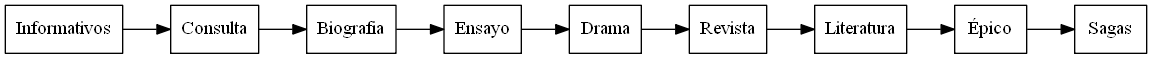
TaTo30/EDD-Proyecto2_201800585 keeps this Graphviz diagram as AVLPreorden.png. Above is the earlier version. Its source is kept beside it as AVLPreorden.dot. Source of this version:
```dot
digraph g{ rankdir = LR; node [shape = box];
Informativos -> Consulta;
Consulta -> Biografia;
Biografia -> Ensayo;
Ensayo -> Drama;
Drama -> Revista;
Revista -> Literatura;
Literatura -> Épico;
Épico -> Sagas;
}
```
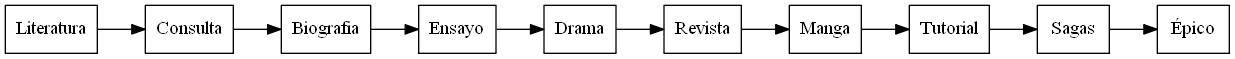
After the commit.

What changed in the source:
```diff
@@ -1,10 +1,11 @@
 digraph g{ rankdir = LR; node [shape = box];
-Informativos -> Consulta;
+Literatura -> Consulta;
 Consulta -> Biografia;
 Biografia -> Ensayo;
 Ensayo -> Drama;
 Drama -> Revista;
-Revista -> Literatura;
-Literatura -> Épico;
-Épico -> Sagas;
+Revista -> Manga;
+Manga -> Tutorial;
+Tutorial -> Sagas;
+Sagas -> Épico;
 }
```
